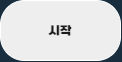
Before: Algorithm/finding_dia_Algorithm.drawio.png, a diagram exported from draw.io (Xe-Kinesis/Minecraft-Python). Source tidied: cells renumbered, new cells last; positions are measured from the earlier drawing's top-left corner, leaving out a move shared by most shapes. The source it was exported from:
```xml
<mxGraphModel background="#182E3E">
  <root>
    <mxCell id="0" />
    <mxCell id="1" parent="0" />
    <mxCell id="2" value="&lt;font face=&quot;어그로체&quot;&gt;시작&lt;/font&gt;" style="rounded=1;whiteSpace=wrap;html=1;arcSize=40;fillColor=#EEEEEE;strokeColor=#FFFFFF;fontColor=#1A1A1A;" parent="1" vertex="1">
      <mxGeometry width="120" height="60" as="geometry" />
    </mxCell>
  </root>
</mxGraphModel>
```
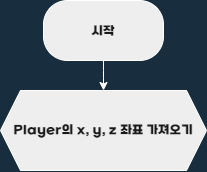
After the commit.

The edit, as a diff of the source:
```diff
@@ -2,8 +2,14 @@
   <root>
     <mxCell id="0" />
     <mxCell id="1" parent="0" />
+    <mxCell id="3" style="edgeStyle=orthogonalEdgeStyle;curved=0;rounded=1;sketch=0;jettySize=auto;html=1;fontColor=#FFFFFF;strokeColor=#FFFFFF;" parent="1" edge="1" source="2" target="4">
+      <mxGeometry relative="1" as="geometry" />
+    </mxCell>
     <mxCell id="2" value="&lt;font face=&quot;어그로체&quot;&gt;시작&lt;/font&gt;" style="rounded=1;whiteSpace=wrap;html=1;arcSize=40;fillColor=#EEEEEE;strokeColor=#FFFFFF;fontColor=#1A1A1A;" parent="1" vertex="1">
       <mxGeometry width="120" height="60" as="geometry" />
     </mxCell>
+    <mxCell id="4" value="Player의 x, y, z 좌표 가져오기" style="shape=hexagon;perimeter=hexagonPerimeter2;whiteSpace=wrap;html=1;fixedSize=1;rounded=0;sketch=0;fontColor=#1A1A1A;strokeColor=#FFFFFF;fillColor=#EEEEEE;fontFamily=어그로체;fontSource=https%3A%2F%2Fcdn.jsdelivr.net%2Fgh%2Fprojectnoonnu%2Fnoonfonts_2108%401.1%2FSBAggroB.woff;" parent="1" vertex="1">
+      <mxGeometry x="-43" y="90" width="206" height="80" as="geometry" />
+    </mxCell>
   </root>
 </mxGraphModel>
```
